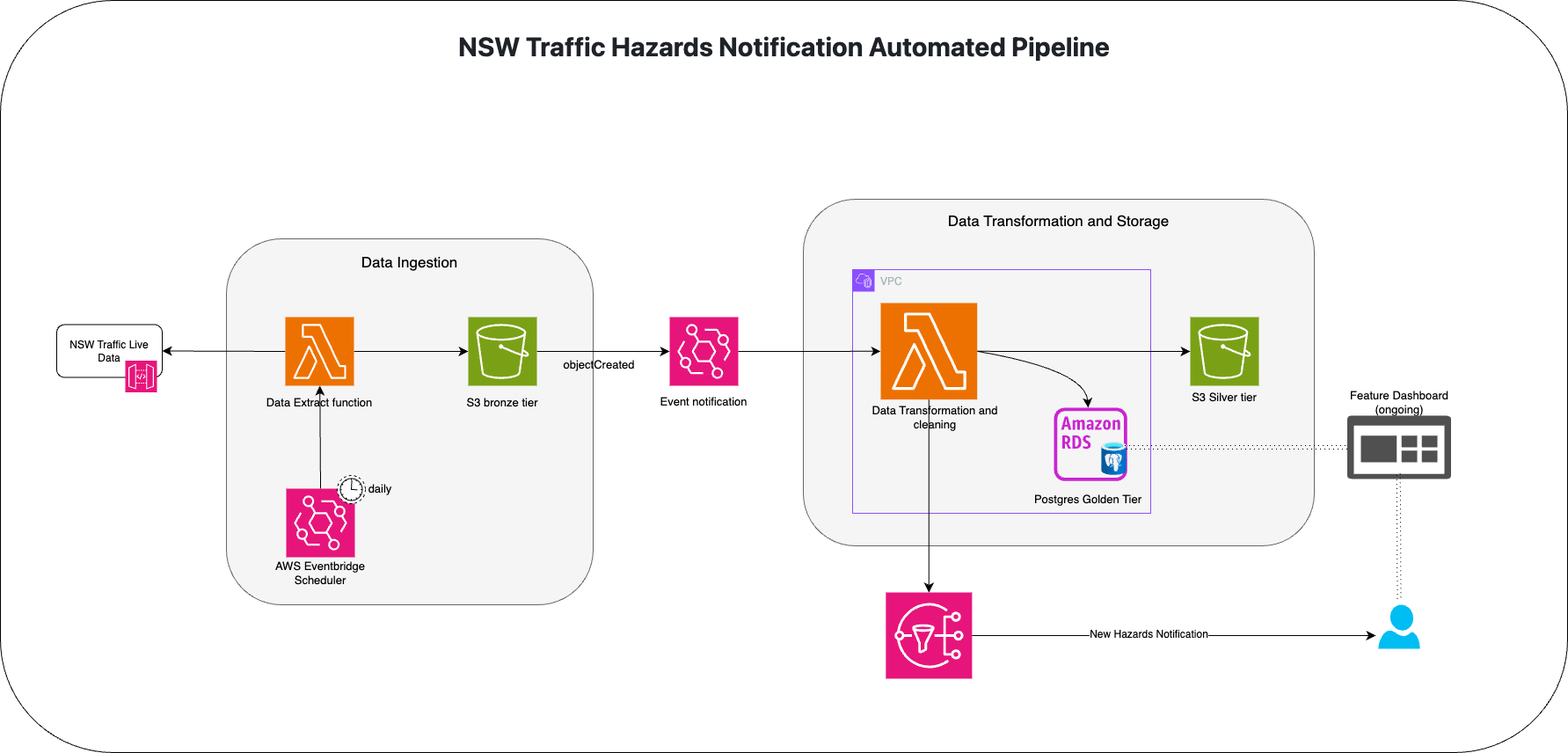
Above: assets/architecture.png in xm694/hazards_notification (draw.io), before the change. Source tidied: cells renumbered, new cells last; positions are measured from the earlier drawing's top-left corner, leaving out a move shared by most shapes. The source it was exported from:
```xml
<mxGraphModel>
  <root>
    <mxCell id="0" />
    <mxCell id="1" parent="0" />
    <mxCell id="2" style="rounded=1;whiteSpace=wrap;html=1;" parent="1" vertex="1">
      <mxGeometry width="1782" height="855" as="geometry" />
    </mxCell>
    <mxCell id="3" style="rounded=1;whiteSpace=wrap;html=1;fillColor=#f5f5f5;strokeColor=#666666;fontColor=#333333;" parent="1" vertex="1">
      <mxGeometry x="913" y="226" width="581" height="394" as="geometry" />
    </mxCell>
    <mxCell id="4" style="rounded=1;whiteSpace=wrap;html=1;fillColor=#f5f5f5;strokeColor=#666666;fontColor=#333333;" parent="1" vertex="1">
      <mxGeometry x="257" y="271" width="417" height="416" as="geometry" />
    </mxCell>
    <mxCell id="5" style="edgeStyle=none;curved=1;rounded=1;jettySize=auto;html=1;exitX=0;exitY=0.5;exitDx=0;exitDy=0;exitPerimeter=0;entryX=1;entryY=0.5;entryDx=0;entryDy=0;fontSize=12;startSize=8;endSize=8;" parent="1" edge="1" source="7" target="12">
      <mxGeometry relative="1" as="geometry" />
    </mxCell>
    <mxCell id="6" style="edgeStyle=none;curved=1;rounded=1;jettySize=auto;html=1;exitX=1;exitY=0.5;exitDx=0;exitDy=0;exitPerimeter=0;fontSize=12;startSize=8;endSize=8;" parent="1" edge="1" source="7" target="24">
      <mxGeometry relative="1" as="geometry" />
    </mxCell>
    <mxCell id="7" style="sketch=0;points=[[0,0,0],[0.25,0,0],[0.5,0,0],[0.75,0,0],[1,0,0],[0,1,0],[0.25,1,0],[0.5,1,0],[0.75,1,0],[1,1,0],[0,0.25,0],[0,0.5,0],[0,0.75,0],[1,0.25,0],[1,0.5,0],[1,0.75,0]];outlineConnect=0;fontColor=#232F3E;fillColor=#ED7100;strokeColor=#ffffff;dashed=0;verticalLabelPosition=bottom;verticalAlign=top;align=center;html=1;fontSize=12;fontStyle=0;shape=mxgraph.aws4.resourceIcon;resIcon=mxgraph.aws4.lambda;rounded=1;" parent="1" vertex="1">
      <mxGeometry x="324" y="360" width="78" height="78" as="geometry" />
    </mxCell>
    <mxCell id="8" value="&lt;span style=&quot;font-size: 17px;&quot;&gt;Data Ingestion&lt;/span&gt;" style="text;strokeColor=none;fillColor=none;html=1;align=center;verticalAlign=middle;whiteSpace=wrap;rounded=1;fontSize=17;" parent="1" vertex="1">
      <mxGeometry x="387" y="283" width="157" height="30" as="geometry" />
    </mxCell>
    <mxCell id="9" style="edgeStyle=none;curved=1;rounded=1;jettySize=auto;html=1;exitX=0.5;exitY=0;exitDx=0;exitDy=0;exitPerimeter=0;fontSize=12;startSize=8;endSize=8;" parent="1" edge="1" source="10" target="7">
      <mxGeometry relative="1" as="geometry" />
    </mxCell>
    <mxCell id="10" style="sketch=0;points=[[0,0,0],[0.25,0,0],[0.5,0,0],[0.75,0,0],[1,0,0],[0,1,0],[0.25,1,0],[0.5,1,0],[0.75,1,0],[1,1,0],[0,0.25,0],[0,0.5,0],[0,0.75,0],[1,0.25,0],[1,0.5,0],[1,0.75,0]];outlineConnect=0;fontColor=#232F3E;fillColor=#E7157B;strokeColor=#ffffff;dashed=0;verticalLabelPosition=bottom;verticalAlign=top;align=center;html=1;fontSize=12;fontStyle=0;shape=mxgraph.aws4.resourceIcon;resIcon=mxgraph.aws4.eventbridge;rounded=1;" parent="1" vertex="1">
      <mxGeometry x="325" y="555" width="78" height="78" as="geometry" />
    </mxCell>
    <mxCell id="11" style="group;" parent="1" vertex="1">
      <mxGeometry x="64" y="368.5" width="120" height="77" as="geometry" />
    </mxCell>
    <mxCell id="12" value="NSW Traffic Live Data" style="rounded=1;whiteSpace=wrap;html=1;" parent="11" vertex="1">
      <mxGeometry width="120" height="60" as="geometry" />
    </mxCell>
    <mxCell id="13" style="sketch=0;fontColor=#232F3E;fillColor=#E7157B;strokeColor=#ffffff;dashed=0;verticalLabelPosition=bottom;verticalAlign=top;align=center;html=1;fontSize=12;fontStyle=0;shape=mxgraph.aws4.resourceIcon;resIcon=mxgraph.aws4.api_gateway;rounded=1;" parent="11" vertex="1">
      <mxGeometry x="78" y="41" width="36" height="36" as="geometry" />
    </mxCell>
    <mxCell id="14" value="VPC" style="gradientColor=none;html=1;whiteSpace=wrap;fontSize=12;fontStyle=0;shape=mxgraph.aws4.group;grIcon=mxgraph.aws4.group_vpc2;strokeColor=#8C4FFF;fillColor=none;verticalAlign=top;align=left;spacingLeft=30;fontColor=#AAB7B8;dashed=0;rounded=1;" parent="1" vertex="1">
      <mxGeometry x="969" y="306" width="339" height="277" as="geometry" />
    </mxCell>
    <mxCell id="15" style="edgeStyle=none;curved=1;rounded=1;jettySize=auto;html=1;fontSize=12;startSize=8;endSize=8;exitX=1;exitY=0.5;exitDx=0;exitDy=0;exitPerimeter=0;" parent="14" edge="1" source="16" target="18">
      <mxGeometry relative="1" as="geometry">
        <Array as="points">
          <mxPoint x="265" y="114" />
        </Array>
      </mxGeometry>
    </mxCell>
    <mxCell id="16" style="sketch=0;points=[[0,0,0],[0.25,0,0],[0.5,0,0],[0.75,0,0],[1,0,0],[0,1,0],[0.25,1,0],[0.5,1,0],[0.75,1,0],[1,1,0],[0,0.25,0],[0,0.5,0],[0,0.75,0],[1,0.25,0],[1,0.5,0],[1,0.75,0]];outlineConnect=0;fontColor=#232F3E;fillColor=#ED7100;strokeColor=#ffffff;dashed=0;verticalLabelPosition=bottom;verticalAlign=top;align=center;html=1;fontSize=12;fontStyle=0;shape=mxgraph.aws4.resourceIcon;resIcon=mxgraph.aws4.lambda;rounded=1;" parent="14" vertex="1">
      <mxGeometry x="32" y="38" width="109.7" height="109.7" as="geometry" />
    </mxCell>
    <mxCell id="17" style="group;" parent="14" vertex="1">
      <mxGeometry x="229" y="142" width="119" height="126" as="geometry" />
    </mxCell>
    <mxCell id="18" style="sketch=0;outlineConnect=0;fontColor=#232F3E;gradientColor=none;fillColor=#C925D1;strokeColor=none;dashed=0;verticalLabelPosition=bottom;verticalAlign=top;align=center;html=1;fontSize=12;fontStyle=0;shape=mxgraph.aws4.rds_instance_alt;rounded=1;" parent="17" vertex="1">
      <mxGeometry y="15" width="83.3" height="83.3" as="geometry" />
    </mxCell>
    <mxCell id="19" style="image;html=1;points=[];align=center;fontSize=12;image=img/lib/azure2/databases/Azure_Database_PostgreSQL_Server.svg;rounded=1;" parent="17" vertex="1">
      <mxGeometry x="54.2" y="53.8" width="28.7" height="38.2" as="geometry" />
    </mxCell>
    <mxCell id="20" value="Postgres Golden Tier" style="text;html=1;align=center;verticalAlign=middle;whiteSpace=wrap;rounded=0;fontSize=13;" parent="17" vertex="1">
      <mxGeometry x="-41" y="104" width="160" height="30" as="geometry" />
    </mxCell>
    <mxCell id="21" value="AWS Eventbridge Scheduler" style="text;html=1;align=center;verticalAlign=middle;whiteSpace=wrap;rounded=0;fontSize=13;" parent="1" vertex="1">
      <mxGeometry x="284" y="636" width="160" height="30" as="geometry" />
    </mxCell>
    <mxCell id="22" value="Data Extract function" style="text;html=1;align=center;verticalAlign=middle;whiteSpace=wrap;rounded=0;fontSize=13;" parent="1" vertex="1">
      <mxGeometry x="283" y="442" width="160" height="30" as="geometry" />
    </mxCell>
    <mxCell id="23" style="edgeStyle=none;curved=1;rounded=1;jettySize=auto;html=1;exitX=1;exitY=0.5;exitDx=0;exitDy=0;exitPerimeter=0;fontSize=12;startSize=8;endSize=8;" parent="1" edge="1" source="24" target="26">
      <mxGeometry relative="1" as="geometry" />
    </mxCell>
    <mxCell id="24" style="sketch=0;points=[[0,0,0],[0.25,0,0],[0.5,0,0],[0.75,0,0],[1,0,0],[0,1,0],[0.25,1,0],[0.5,1,0],[0.75,1,0],[1,1,0],[0,0.25,0],[0,0.5,0],[0,0.75,0],[1,0.25,0],[1,0.5,0],[1,0.75,0]];outlineConnect=0;fontColor=#232F3E;fillColor=#7AA116;strokeColor=#ffffff;dashed=0;verticalLabelPosition=bottom;verticalAlign=top;align=center;html=1;fontSize=12;fontStyle=0;shape=mxgraph.aws4.resourceIcon;resIcon=mxgraph.aws4.s3;rounded=1;" parent="1" vertex="1">
      <mxGeometry x="532" y="360" width="78" height="78" as="geometry" />
    </mxCell>
    <mxCell id="25" value="S3 bronze tier" style="text;html=1;align=center;verticalAlign=middle;whiteSpace=wrap;rounded=0;fontSize=13;" parent="1" vertex="1">
      <mxGeometry x="491" y="442" width="160" height="30" as="geometry" />
    </mxCell>
    <mxCell id="26" style="sketch=0;points=[[0,0,0],[0.25,0,0],[0.5,0,0],[0.75,0,0],[1,0,0],[0,1,0],[0.25,1,0],[0.5,1,0],[0.75,1,0],[1,1,0],[0,0.25,0],[0,0.5,0],[0,0.75,0],[1,0.25,0],[1,0.5,0],[1,0.75,0]];outlineConnect=0;fontColor=#232F3E;fillColor=#E7157B;strokeColor=#ffffff;dashed=0;verticalLabelPosition=bottom;verticalAlign=top;align=center;html=1;fontSize=12;fontStyle=0;shape=mxgraph.aws4.resourceIcon;resIcon=mxgraph.aws4.eventbridge;rounded=1;" parent="1" vertex="1">
      <mxGeometry x="761" y="360" width="78" height="78" as="geometry" />
    </mxCell>
    <mxCell id="27" value="Event notification" style="text;html=1;align=center;verticalAlign=middle;whiteSpace=wrap;rounded=0;fontSize=13;" parent="1" vertex="1">
      <mxGeometry x="720" y="441" width="160" height="30" as="geometry" />
    </mxCell>
    <mxCell id="28" style="shape=mxgraph.bpmn.event;html=1;verticalLabelPosition=bottom;labelBackgroundColor=#ffffff;verticalAlign=top;align=center;perimeter=ellipsePerimeter;outline=eventNonint;symbol=timer;rounded=1;" parent="1" vertex="1">
      <mxGeometry x="383" y="540" width="32" height="32" as="geometry" />
    </mxCell>
    <mxCell id="29" value="daily" style="text;html=1;align=center;verticalAlign=middle;whiteSpace=wrap;rounded=0;fontSize=13;" parent="1" vertex="1">
      <mxGeometry x="387" y="540" width="90" height="30" as="geometry" />
    </mxCell>
    <mxCell id="30" value="objectCreated" style="text;html=1;align=center;verticalAlign=middle;whiteSpace=wrap;rounded=0;fontSize=13;" parent="1" vertex="1">
      <mxGeometry x="601" y="399" width="160" height="30" as="geometry" />
    </mxCell>
    <mxCell id="31" value="&lt;span style=&quot;font-size: 17px;&quot;&gt;Data Transformation and Storage&lt;/span&gt;" style="text;strokeColor=none;fillColor=none;html=1;align=center;verticalAlign=middle;whiteSpace=wrap;rounded=1;fontSize=17;" parent="1" vertex="1">
      <mxGeometry x="1073.2" y="236" width="260.5" height="30" as="geometry" />
    </mxCell>
    <mxCell id="32" style="sketch=0;points=[[0,0,0],[0.25,0,0],[0.5,0,0],[0.75,0,0],[1,0,0],[0,1,0],[0.25,1,0],[0.5,1,0],[0.75,1,0],[1,1,0],[0,0.25,0],[0,0.5,0],[0,0.75,0],[1,0.25,0],[1,0.5,0],[1,0.75,0]];outlineConnect=0;fontColor=#232F3E;fillColor=#7AA116;strokeColor=#ffffff;dashed=0;verticalLabelPosition=bottom;verticalAlign=top;align=center;html=1;fontSize=12;fontStyle=0;shape=mxgraph.aws4.resourceIcon;resIcon=mxgraph.aws4.s3;rounded=1;" parent="1" vertex="1">
      <mxGeometry x="1353" y="360" width="78" height="78" as="geometry" />
    </mxCell>
    <mxCell id="33" style="edgeStyle=none;curved=1;rounded=1;jettySize=auto;html=1;exitX=1;exitY=0.5;exitDx=0;exitDy=0;exitPerimeter=0;fontSize=12;startSize=8;endSize=8;" parent="1" edge="1" source="35">
      <mxGeometry relative="1" as="geometry">
        <mxPoint x="1564" y="722" as="targetPoint" />
      </mxGeometry>
    </mxCell>
    <mxCell id="34" value="New Hazards Notification" style="edgeLabel;html=1;align=center;verticalAlign=middle;fontSize=12;rounded=1;" parent="33" vertex="1">
      <mxGeometry x="-0.13" y="2" relative="1" as="geometry" />
    </mxCell>
    <mxCell id="35" style="sketch=0;points=[[0,0,0],[0.25,0,0],[0.5,0,0],[0.75,0,0],[1,0,0],[0,1,0],[0.25,1,0],[0.5,1,0],[0.75,1,0],[1,1,0],[0,0.25,0],[0,0.5,0],[0,0.75,0],[1,0.25,0],[1,0.5,0],[1,0.75,0]];outlineConnect=0;fontColor=#232F3E;fillColor=#E7157B;strokeColor=#ffffff;dashed=0;verticalLabelPosition=bottom;verticalAlign=top;align=center;html=1;fontSize=12;fontStyle=0;shape=mxgraph.aws4.resourceIcon;resIcon=mxgraph.aws4.sns;rounded=1;" parent="1" vertex="1">
      <mxGeometry x="1006.8" y="673" width="98" height="98" as="geometry" />
    </mxCell>
    <mxCell id="36" value="S3 Silver tier" style="text;html=1;align=center;verticalAlign=middle;whiteSpace=wrap;rounded=0;fontSize=13;" parent="1" vertex="1">
      <mxGeometry x="1312" y="436" width="160" height="30" as="geometry" />
    </mxCell>
    <mxCell id="37" value="Data Transformation and cleaning" style="text;html=1;align=center;verticalAlign=middle;whiteSpace=wrap;rounded=0;fontSize=13;" parent="1" vertex="1">
      <mxGeometry x="983" y="459" width="160" height="30" as="geometry" />
    </mxCell>
    <mxCell id="38" style="edgeStyle=none;curved=1;rounded=1;jettySize=auto;html=1;exitX=1;exitY=0.5;exitDx=0;exitDy=0;exitPerimeter=0;entryX=0;entryY=0.5;entryDx=0;entryDy=0;entryPerimeter=0;fontSize=12;startSize=8;endSize=8;" parent="1" edge="1" source="26" target="16">
      <mxGeometry relative="1" as="geometry" />
    </mxCell>
    <mxCell id="39" style="edgeStyle=none;curved=1;rounded=1;jettySize=auto;html=1;fontSize=12;startSize=8;endSize=8;" parent="1" edge="1" source="16" target="32">
      <mxGeometry relative="1" as="geometry" />
    </mxCell>
    <mxCell id="40" style="edgeStyle=none;curved=1;rounded=1;jettySize=auto;html=1;exitX=0.5;exitY=1;exitDx=0;exitDy=0;exitPerimeter=0;entryX=0.5;entryY=0;entryDx=0;entryDy=0;entryPerimeter=0;fontSize=12;startSize=8;endSize=8;" parent="1" edge="1" source="16" target="35">
      <mxGeometry relative="1" as="geometry" />
    </mxCell>
    <mxCell id="41" value="Feature Dashboard (ongoing)" style="text;html=1;align=center;verticalAlign=middle;whiteSpace=wrap;rounded=0;fontSize=13;" parent="1" vertex="1">
      <mxGeometry x="1510.5" y="442" width="160" height="30" as="geometry" />
    </mxCell>
    <mxCell id="42" style="sketch=0;shadow=0;dashed=0;html=1;strokeColor=none;labelPosition=center;verticalLabelPosition=bottom;verticalAlign=top;align=center;fillColor=#505050;shape=mxgraph.mscae.oms.dashboard;rounded=1;" parent="1" vertex="1">
      <mxGeometry x="1531.5" y="472" width="118" height="72" as="geometry" />
    </mxCell>
    <mxCell id="43" style="edgeStyle=none;curved=1;rounded=1;jettySize=auto;html=1;exitX=0.5;exitY=0;exitDx=0;exitDy=0;exitPerimeter=0;entryX=0.494;entryY=0.914;entryDx=0;entryDy=0;entryPerimeter=0;fontSize=12;dashed=1;dashPattern=1 4;shape=link;" parent="1" edge="1" target="42">
      <mxGeometry relative="1" as="geometry">
        <mxPoint x="1590.5" y="680.5" as="sourcePoint" />
      </mxGeometry>
    </mxCell>
    <mxCell id="44" style="edgeStyle=none;curved=1;rounded=1;jettySize=auto;html=1;exitX=0;exitY=0.5;exitDx=0;exitDy=0;exitPerimeter=0;entryX=0.919;entryY=0.163;entryDx=0;entryDy=0;entryPerimeter=0;fontSize=12;shape=link;dashed=1;dashPattern=1 4;" parent="1" edge="1" source="42" target="19">
      <mxGeometry relative="1" as="geometry" />
    </mxCell>
    <mxCell id="45" style="verticalLabelPosition=bottom;html=1;verticalAlign=top;align=center;strokeColor=none;fillColor=#00BEF2;shape=mxgraph.azure.user;rounded=1;" parent="1" vertex="1">
      <mxGeometry x="1566.8" y="687" width="47.5" height="50" as="geometry" />
    </mxCell>
    <mxCell id="46" value="&lt;h1 tabindex=&quot;-1&quot; class=&quot;heading-element&quot; dir=&quot;auto&quot; style=&quot;box-sizing: border-box; margin-right: 0px; margin-bottom: var(--base-size-16); margin-left: 0px; line-height: 1.25; padding-bottom: 0.3em; border-bottom: 1px solid var(--borderColor-muted, var(--color-border-muted)); color: rgb(31, 35, 40); font-family: -apple-system, &amp;quot;system-ui&amp;quot;, &amp;quot;Segoe UI&amp;quot;, &amp;quot;Noto Sans&amp;quot;, Helvetica, Arial, sans-serif, &amp;quot;Apple Color Emoji&amp;quot;, &amp;quot;Segoe UI Emoji&amp;quot;; text-align: start; background-color: rgb(255, 255, 255); font-size: 30px; margin-top: 0px !important;&quot;&gt;NSW Traffic Hazards Notification Automated Pipeline&lt;/h1&gt;" style="text;html=1;align=center;verticalAlign=middle;whiteSpace=wrap;rounded=0;fontSize=30;fontStyle=1;" parent="1" vertex="1">
      <mxGeometry x="453.5" y="42" width="875" height="30" as="geometry" />
    </mxCell>
  </root>
</mxGraphModel>
```
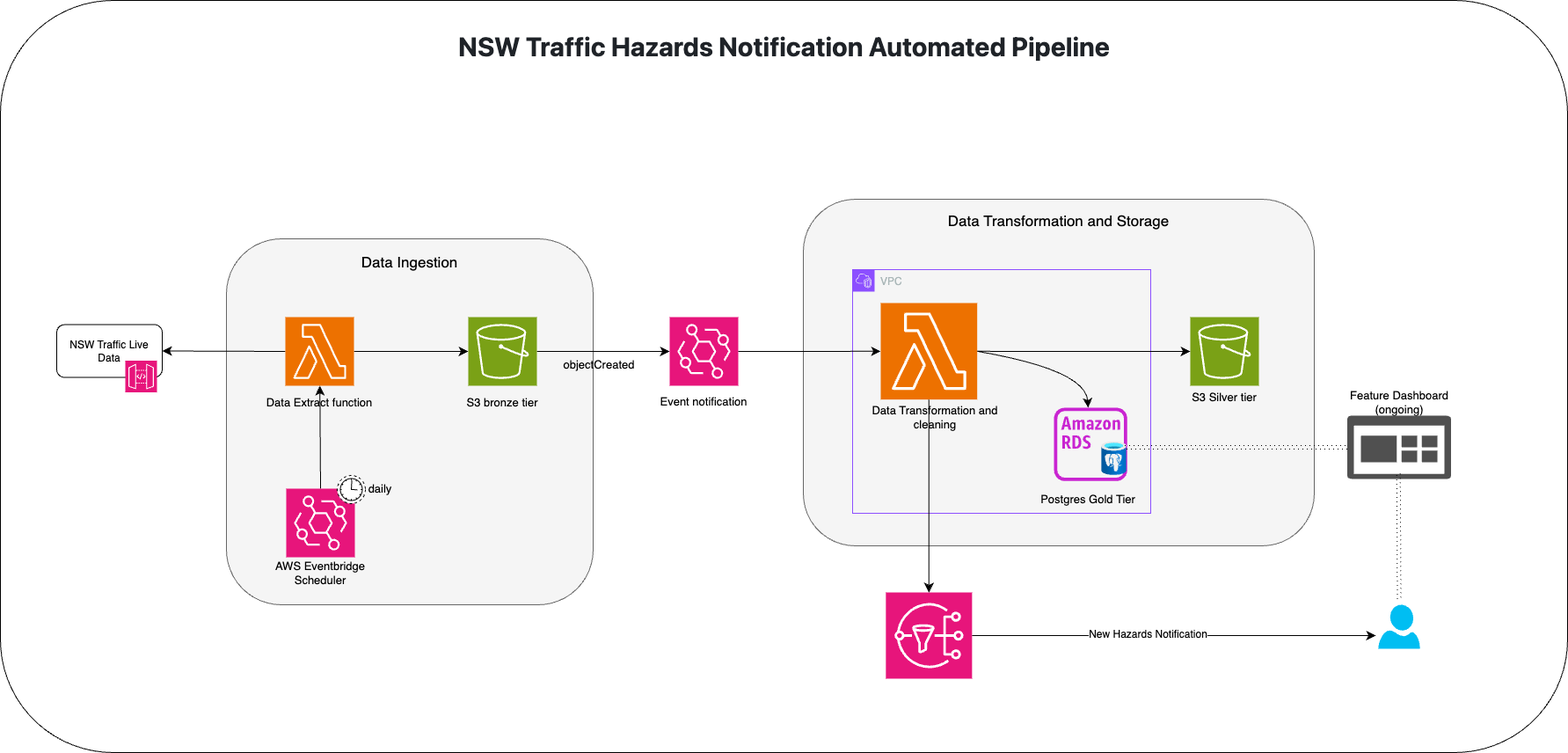
Later version of the same file.

Diff of the diagram source:
```diff
@@ -60,7 +60,7 @@
     <mxCell id="19" style="image;html=1;points=[];align=center;fontSize=12;image=img/lib/azure2/databases/Azure_Database_PostgreSQL_Server.svg;rounded=1;" parent="17" vertex="1">
       <mxGeometry x="54.2" y="53.8" width="28.7" height="38.2" as="geometry" />
     </mxCell>
-    <mxCell id="20" value="Postgres Golden Tier" style="text;html=1;align=center;verticalAlign=middle;whiteSpace=wrap;rounded=0;fontSize=13;" parent="17" vertex="1">
+    <mxCell id="20" value="Postgres Gold Tier" style="text;html=1;align=center;verticalAlign=middle;whiteSpace=wrap;rounded=0;fontSize=13;" parent="17" vertex="1">
       <mxGeometry x="-41" y="104" width="160" height="30" as="geometry" />
     </mxCell>
     <mxCell id="21" value="AWS Eventbridge Scheduler" style="text;html=1;align=center;verticalAlign=middle;whiteSpace=wrap;rounded=0;fontSize=13;" parent="1" vertex="1">
```
